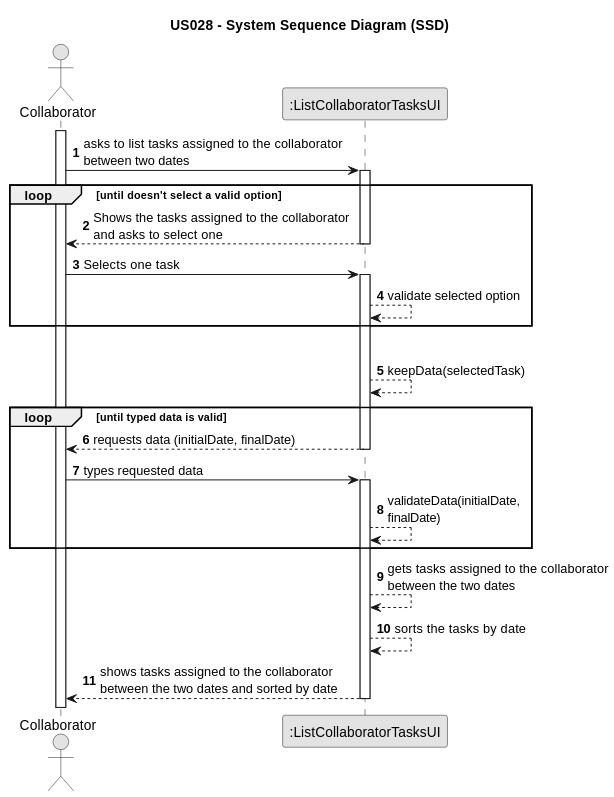
Rui-San/LAPR2_2023_2024 keeps this PlantUML diagram as docs/sprintC/us028/01.requirements-engineering/svg/us028-system-sequence-diagram.svg. Above is the earlier version.
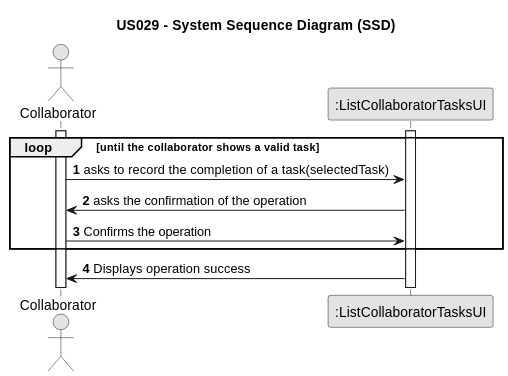
After the change.

Diff of the diagram source:
```diff
@@ -3,39 +3,24 @@
 skinparam packageStyle rectangle
 skinparam shadowing false
 
-title US028 - System Sequence Diagram (SSD)
+title US029 - System Sequence Diagram (SSD)
 
 autonumber
-
 actor "Collaborator" as Collaborator
 participant ":ListCollaboratorTasksUI" as UI
 
+
 activate Collaborator
+activate UI
 
-    Collaborator -> UI : asks to list tasks assigned to the collaborator\nbetween two dates
-    activate UI
+loop until the collaborator shows a valid task
+Collaborator -> UI: asks to record the completion of a task(selectedTask)
+UI -> Collaborator: asks the confirmation of the operation
+Collaborator -> UI: Confirms the operation
 
-    loop until doesn't select a valid option
-            UI --> Collaborator : Shows the tasks assigned to the collaborator \nand asks to select one
-        deactivate UI
+end loop
 
-        Collaborator -> UI : Selects one task
-        activate UI
-            UI --> UI : validate selected option
-    end loop
-    |||
-            UI --> UI: keepData(selectedTask)
 
-loop until typed data is valid
-        UI --> Collaborator : requests data (initialDate, finalDate)
-    deactivate UI
 
-    Collaborator -> UI : types requested data
-    activate UI
-        UI --> UI : validateData(initialDate,\nfinalDate)
-end loop
-        UI --> UI: gets tasks assigned to the collaborator\nbetween the two dates
-        UI--> UI: sorts the tasks by date
-        UI --> Collaborator : shows tasks assigned to the collaborator\nbetween the two dates and sorted by date
-    deactivate UI
+UI -> Collaborator: Displays operation success
 @enduml
```
